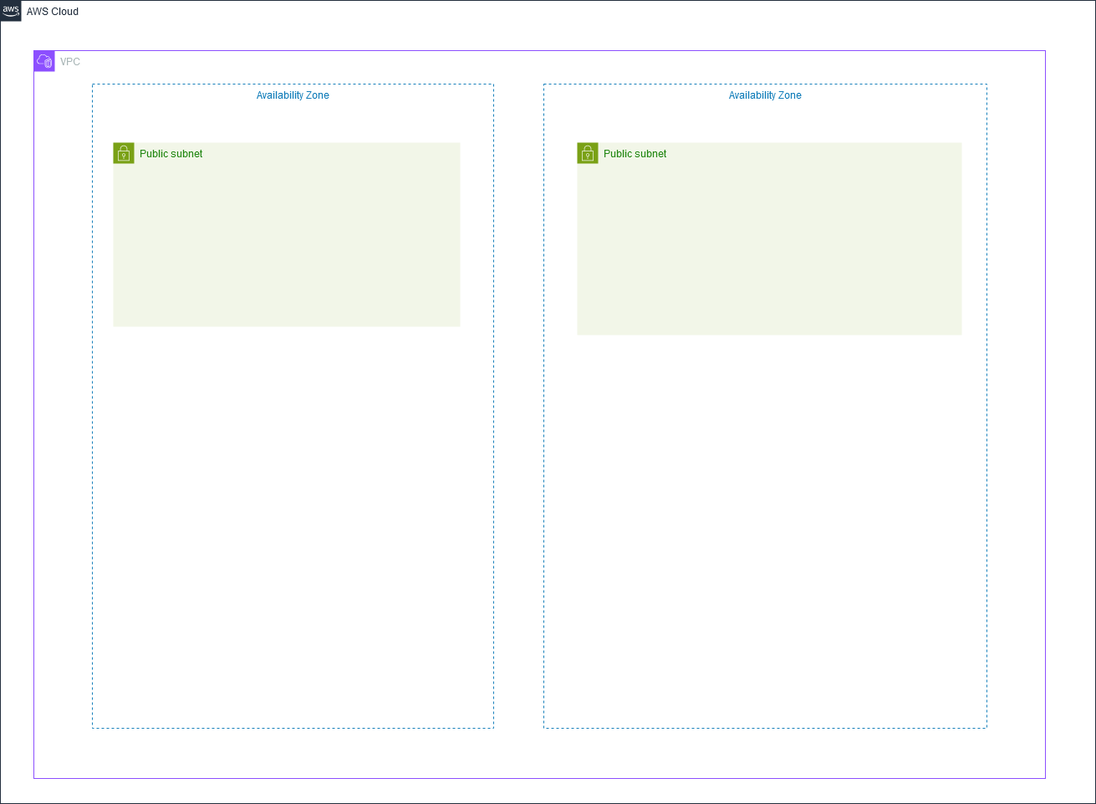
MohamedKhaledOCT/Multi-Tier-Web-App-Design-Cloud-AWS- keeps this draw.io diagram as Design.png. Above is the earlier version. Source tidied: cells renumbered, new cells last; positions are measured from the earlier drawing's top-left corner, leaving out a move shared by most shapes. Its diagram source:
```xml
<mxGraphModel>
  <root>
    <mxCell id="0" />
    <mxCell id="1" parent="0" />
    <mxCell id="2" value="AWS Cloud" style="gradientColor=none;html=1;whiteSpace=wrap;fontSize=12;fontStyle=0;shape=mxgraph.aws4.group;grIcon=mxgraph.aws4.group_aws_cloud_alt;strokeColor=#232F3E;fillColor=none;verticalAlign=top;align=left;spacingLeft=30;fontColor=#232F3E;dashed=0;" parent="1" vertex="1">
      <mxGeometry width="1310" height="960" as="geometry" />
    </mxCell>
    <mxCell id="3" value="VPC" style="gradientColor=none;html=1;whiteSpace=wrap;fontSize=12;fontStyle=0;shape=mxgraph.aws4.group;grIcon=mxgraph.aws4.group_vpc2;strokeColor=#8C4FFF;fillColor=none;verticalAlign=top;align=left;spacingLeft=30;fontColor=#AAB7B8;dashed=0;" parent="1" vertex="1">
      <mxGeometry x="40" y="60" width="1210" height="870" as="geometry" />
    </mxCell>
    <mxCell id="4" value="Availability Zone" style="fillColor=none;strokeColor=#147EBA;dashed=1;verticalAlign=top;fontStyle=0;fontColor=#147EBA;whiteSpace=wrap;html=1;" parent="3" vertex="1">
      <mxGeometry x="70" y="40" width="480" height="770" as="geometry" />
    </mxCell>
    <mxCell id="5" value="Availability Zone" style="fillColor=none;strokeColor=#147EBA;dashed=1;verticalAlign=top;fontStyle=0;fontColor=#147EBA;whiteSpace=wrap;html=1;" parent="3" vertex="1">
      <mxGeometry x="610" y="40" width="530" height="770" as="geometry" />
    </mxCell>
    <mxCell id="6" value="Public subnet" style="gradientColor=none;html=1;whiteSpace=wrap;fontSize=12;fontStyle=0;shape=mxgraph.aws4.group;grIcon=mxgraph.aws4.group_security_group;grStroke=0;strokeColor=#7AA116;fillColor=#F2F6E8;verticalAlign=top;align=left;spacingLeft=30;fontColor=#248814;dashed=0;" parent="3" vertex="1">
      <mxGeometry x="95" y="110" width="415" height="220" as="geometry" />
    </mxCell>
    <mxCell id="7" value="Public subnet" style="gradientColor=none;html=1;whiteSpace=wrap;fontSize=12;fontStyle=0;shape=mxgraph.aws4.group;grIcon=mxgraph.aws4.group_security_group;grStroke=0;strokeColor=#7AA116;fillColor=#F2F6E8;verticalAlign=top;align=left;spacingLeft=30;fontColor=#248814;dashed=0;" parent="3" vertex="1">
      <mxGeometry x="650" y="110" width="460" height="230" as="geometry" />
    </mxCell>
  </root>
</mxGraphModel>
```
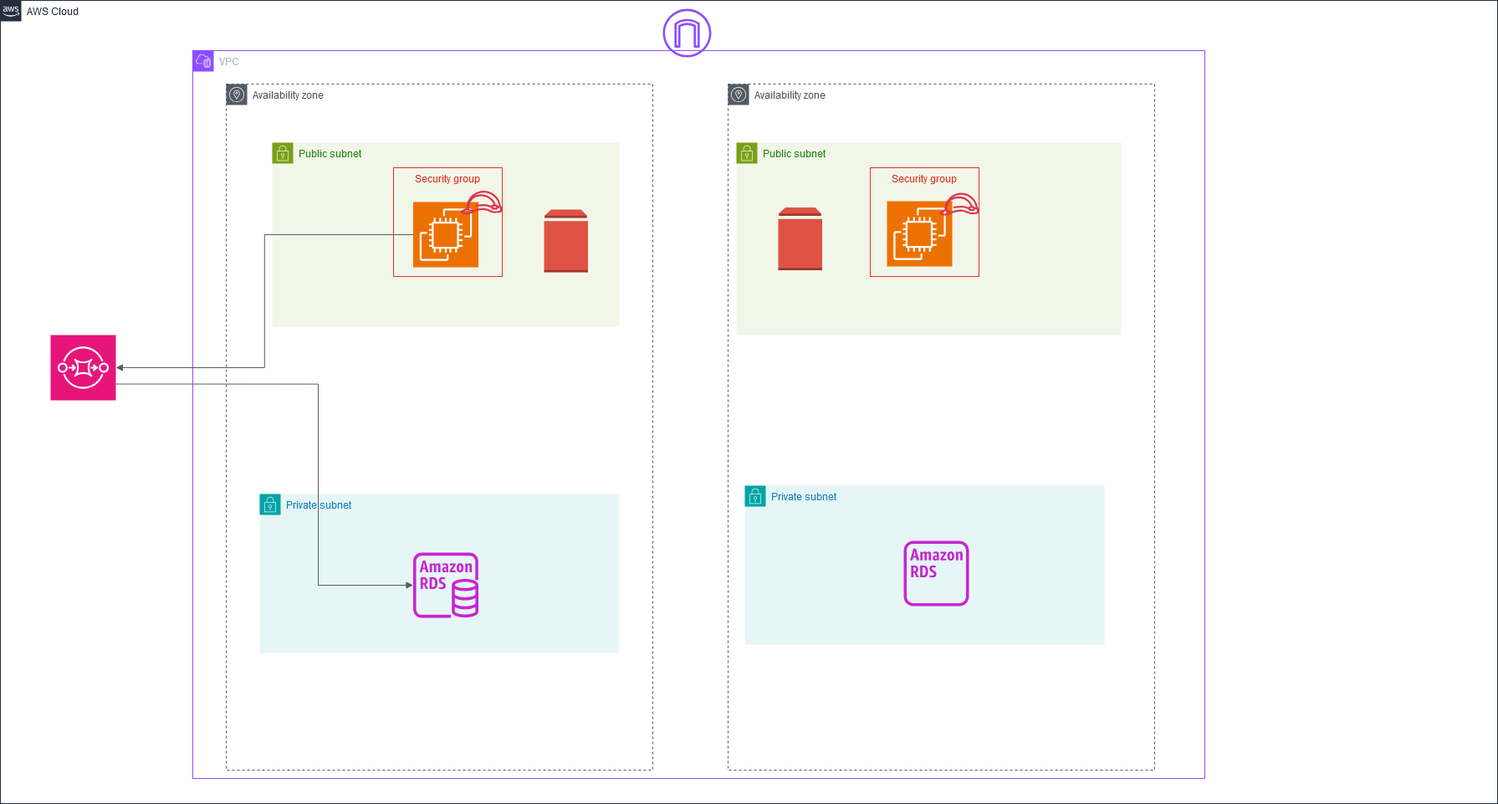
The same diagram one commit later.

Commit message:
iam role -sec group - rds

Change to the diagram source:
```diff
@@ -3,22 +3,75 @@
     <mxCell id="0" />
     <mxCell id="1" parent="0" />
     <mxCell id="2" value="AWS Cloud" style="gradientColor=none;html=1;whiteSpace=wrap;fontSize=12;fontStyle=0;shape=mxgraph.aws4.group;grIcon=mxgraph.aws4.group_aws_cloud_alt;strokeColor=#232F3E;fillColor=none;verticalAlign=top;align=left;spacingLeft=30;fontColor=#232F3E;dashed=0;" parent="1" vertex="1">
-      <mxGeometry width="1310" height="960" as="geometry" />
+      <mxGeometry x="-190" width="1790" height="960" as="geometry" />
     </mxCell>
+    <mxCell id="8" style="sketch=0;points=[[0,0,0],[0.25,0,0],[0.5,0,0],[0.75,0,0],[1,0,0],[0,1,0],[0.25,1,0],[0.5,1,0],[0.75,1,0],[1,1,0],[0,0.25,0],[0,0.5,0],[0,0.75,0],[1,0.25,0],[1,0.5,0],[1,0.75,0]];outlineConnect=0;fontColor=#232F3E;fillColor=#E7157B;strokeColor=#ffffff;dashed=0;verticalLabelPosition=bottom;verticalAlign=top;align=center;html=1;fontSize=12;fontStyle=0;shape=mxgraph.aws4.resourceIcon;resIcon=mxgraph.aws4.sqs;" parent="2" vertex="1">
+      <mxGeometry x="60" y="400" width="78" height="78" as="geometry" />
+    </mxCell>
+    <mxCell id="9" style="sketch=0;fontColor=#232F3E;gradientColor=none;fillColor=#8C4FFF;strokeColor=none;dashed=0;verticalLabelPosition=bottom;verticalAlign=top;align=center;html=1;fontSize=12;fontStyle=0;shape=mxgraph.aws4.internet_gateway;" parent="2" vertex="1">
+      <mxGeometry x="792" y="10" width="58" height="58" as="geometry" />
+    </mxCell>
     <mxCell id="3" value="VPC" style="gradientColor=none;html=1;whiteSpace=wrap;fontSize=12;fontStyle=0;shape=mxgraph.aws4.group;grIcon=mxgraph.aws4.group_vpc2;strokeColor=#8C4FFF;fillColor=none;verticalAlign=top;align=left;spacingLeft=30;fontColor=#AAB7B8;dashed=0;" parent="1" vertex="1">
       <mxGeometry x="40" y="60" width="1210" height="870" as="geometry" />
     </mxCell>
-    <mxCell id="4" value="Availability Zone" style="fillColor=none;strokeColor=#147EBA;dashed=1;verticalAlign=top;fontStyle=0;fontColor=#147EBA;whiteSpace=wrap;html=1;" parent="3" vertex="1">
-      <mxGeometry x="70" y="40" width="480" height="770" as="geometry" />
-    </mxCell>
-    <mxCell id="5" value="Availability Zone" style="fillColor=none;strokeColor=#147EBA;dashed=1;verticalAlign=top;fontStyle=0;fontColor=#147EBA;whiteSpace=wrap;html=1;" parent="3" vertex="1">
-      <mxGeometry x="610" y="40" width="530" height="770" as="geometry" />
-    </mxCell>
     <mxCell id="6" value="Public subnet" style="gradientColor=none;html=1;whiteSpace=wrap;fontSize=12;fontStyle=0;shape=mxgraph.aws4.group;grIcon=mxgraph.aws4.group_security_group;grStroke=0;strokeColor=#7AA116;fillColor=#F2F6E8;verticalAlign=top;align=left;spacingLeft=30;fontColor=#248814;dashed=0;" parent="3" vertex="1">
       <mxGeometry x="95" y="110" width="415" height="220" as="geometry" />
     </mxCell>
+    <mxCell id="10" style="sketch=0;points=[[0,0,0],[0.25,0,0],[0.5,0,0],[0.75,0,0],[1,0,0],[0,1,0],[0.25,1,0],[0.5,1,0],[0.75,1,0],[1,1,0],[0,0.25,0],[0,0.5,0],[0,0.75,0],[1,0.25,0],[1,0.5,0],[1,0.75,0]];outlineConnect=0;fontColor=#232F3E;fillColor=#ED7100;strokeColor=#ffffff;dashed=0;verticalLabelPosition=bottom;verticalAlign=top;align=center;html=1;fontSize=12;fontStyle=0;shape=mxgraph.aws4.resourceIcon;resIcon=mxgraph.aws4.ec2;" parent="6" vertex="1">
+      <mxGeometry x="168.5" y="71" width="78" height="78" as="geometry" />
+    </mxCell>
     <mxCell id="7" value="Public subnet" style="gradientColor=none;html=1;whiteSpace=wrap;fontSize=12;fontStyle=0;shape=mxgraph.aws4.group;grIcon=mxgraph.aws4.group_security_group;grStroke=0;strokeColor=#7AA116;fillColor=#F2F6E8;verticalAlign=top;align=left;spacingLeft=30;fontColor=#248814;dashed=0;" parent="3" vertex="1">
       <mxGeometry x="650" y="110" width="460" height="230" as="geometry" />
     </mxCell>
+    <mxCell id="11" style="sketch=0;fontColor=#232F3E;fillColor=#ED7100;strokeColor=#ffffff;dashed=0;verticalLabelPosition=bottom;verticalAlign=top;align=center;html=1;fontSize=12;fontStyle=0;shape=mxgraph.aws4.resourceIcon;resIcon=mxgraph.aws4.ec2;" parent="3" vertex="1">
+      <mxGeometry x="830" y="180" width="78" height="78" as="geometry" />
+    </mxCell>
+    <mxCell id="12" value="Private subnet" style="gradientColor=none;html=1;whiteSpace=wrap;fontSize=12;fontStyle=0;shape=mxgraph.aws4.group;grIcon=mxgraph.aws4.group_security_group;grStroke=0;strokeColor=#00A4A6;fillColor=#E6F6F7;verticalAlign=top;align=left;spacingLeft=30;fontColor=#147EBA;dashed=0;" parent="3" vertex="1">
+      <mxGeometry x="80" y="530" width="430" height="190" as="geometry" />
+    </mxCell>
+    <mxCell id="13" style="sketch=0;outlineConnect=0;fontColor=#232F3E;gradientColor=none;fillColor=#C925D1;strokeColor=none;dashed=0;verticalLabelPosition=bottom;verticalAlign=top;align=center;html=1;fontSize=12;fontStyle=0;shape=mxgraph.aws4.rds_instance;" parent="12" vertex="1">
+      <mxGeometry x="183.5" y="70" width="78" height="78" as="geometry" />
+    </mxCell>
+    <mxCell id="14" value="Private subnet" style="gradientColor=none;html=1;whiteSpace=wrap;fontSize=12;fontStyle=0;shape=mxgraph.aws4.group;grIcon=mxgraph.aws4.group_security_group;grStroke=0;strokeColor=#00A4A6;fillColor=#E6F6F7;verticalAlign=top;align=left;spacingLeft=30;fontColor=#147EBA;dashed=0;" parent="3" vertex="1">
+      <mxGeometry x="660" y="520" width="430" height="190" as="geometry" />
+    </mxCell>
+    <mxCell id="15" style="sketch=0;fontColor=#232F3E;gradientColor=none;fillColor=#C925D1;strokeColor=none;dashed=0;verticalLabelPosition=bottom;verticalAlign=top;align=center;html=1;fontSize=12;fontStyle=0;shape=mxgraph.aws4.rds_instance_alt;" parent="14" vertex="1">
+      <mxGeometry x="190" y="66" width="78" height="78" as="geometry" />
+    </mxCell>
+    <mxCell id="16" value="Availability zone" style="sketch=0;gradientColor=none;html=1;whiteSpace=wrap;fontSize=12;fontStyle=0;shape=mxgraph.aws4.group;grIcon=mxgraph.aws4.group_availability_zone;strokeColor=#545B64;fillColor=none;verticalAlign=top;align=left;spacingLeft=30;fontColor=#545B64;dashed=1;" parent="3" vertex="1">
+      <mxGeometry x="640" y="40" width="510" height="820" as="geometry" />
+    </mxCell>
+    <mxCell id="17" style="dashed=0;verticalLabelPosition=bottom;verticalAlign=top;align=center;html=1;shape=mxgraph.aws3.volume;fillColor=#E05243;gradientColor=none;" parent="3" vertex="1">
+      <mxGeometry x="700" y="187.5" width="52.5" height="75" as="geometry" />
+    </mxCell>
+    <mxCell id="18" value="Security group" style="fillColor=none;strokeColor=#DD3522;verticalAlign=top;fontStyle=0;fontColor=#DD3522;whiteSpace=wrap;html=1;" parent="3" vertex="1">
+      <mxGeometry x="810" y="140" width="130" height="130" as="geometry" />
+    </mxCell>
+    <mxCell id="19" style="sketch=0;fontColor=#232F3E;gradientColor=none;fillColor=#DD344C;strokeColor=none;dashed=0;verticalLabelPosition=bottom;verticalAlign=top;align=center;html=1;fontSize=12;fontStyle=0;shape=mxgraph.aws4.role;" parent="3" vertex="1">
+      <mxGeometry x="892" y="170" width="48" height="27.1" as="geometry" />
+    </mxCell>
+    <mxCell id="20" style="edgeStyle=orthogonalEdgeStyle;html=1;endArrow=none;elbow=vertical;startArrow=block;startFill=1;strokeColor=#545B64;rounded=0;exitX=1;exitY=0.5;exitDx=0;exitDy=0;exitPerimeter=0;entryX=0;entryY=0.5;entryDx=0;entryDy=0;entryPerimeter=0;" parent="1" edge="1" source="8" target="10">
+      <mxGeometry relative="1" as="geometry" />
+    </mxCell>
+    <mxCell id="21" style="edgeStyle=orthogonalEdgeStyle;html=1;endArrow=block;elbow=vertical;startArrow=none;endFill=1;strokeColor=#545B64;rounded=0;exitX=1;exitY=0.75;exitDx=0;exitDy=0;exitPerimeter=0;" parent="1" edge="1" source="8" target="13">
+      <mxGeometry relative="1" as="geometry">
+        <Array as="points">
+          <mxPoint x="190" y="459" />
+          <mxPoint x="190" y="699" />
+        </Array>
+      </mxGeometry>
+    </mxCell>
+    <mxCell id="22" value="Availability zone" style="sketch=0;gradientColor=none;html=1;whiteSpace=wrap;fontSize=12;fontStyle=0;shape=mxgraph.aws4.group;grIcon=mxgraph.aws4.group_availability_zone;strokeColor=#545B64;fillColor=none;verticalAlign=top;align=left;spacingLeft=30;fontColor=#545B64;dashed=1;" parent="1" vertex="1">
+      <mxGeometry x="80" y="100" width="510" height="820" as="geometry" />
+    </mxCell>
+    <mxCell id="23" style="dashed=0;verticalLabelPosition=bottom;verticalAlign=top;align=center;html=1;shape=mxgraph.aws3.volume;fillColor=#E05243;gradientColor=none;" parent="1" vertex="1">
+      <mxGeometry x="460" y="250" width="52.5" height="75" as="geometry" />
+    </mxCell>
+    <mxCell id="24" value="Security group" style="fillColor=none;strokeColor=#DD3522;verticalAlign=top;fontStyle=0;fontColor=#DD3522;whiteSpace=wrap;html=1;" parent="1" vertex="1">
+      <mxGeometry x="280" y="200" width="130" height="130" as="geometry" />
+    </mxCell>
+    <mxCell id="25" style="sketch=0;fontColor=#232F3E;gradientColor=none;fillColor=#DD344C;strokeColor=none;dashed=0;verticalLabelPosition=bottom;verticalAlign=top;align=center;html=1;fontSize=12;fontStyle=0;shape=mxgraph.aws4.role;" parent="1" vertex="1">
+      <mxGeometry x="360" y="227.4" width="50" height="28.2" as="geometry" />
+    </mxCell>
   </root>
 </mxGraphModel>
```
